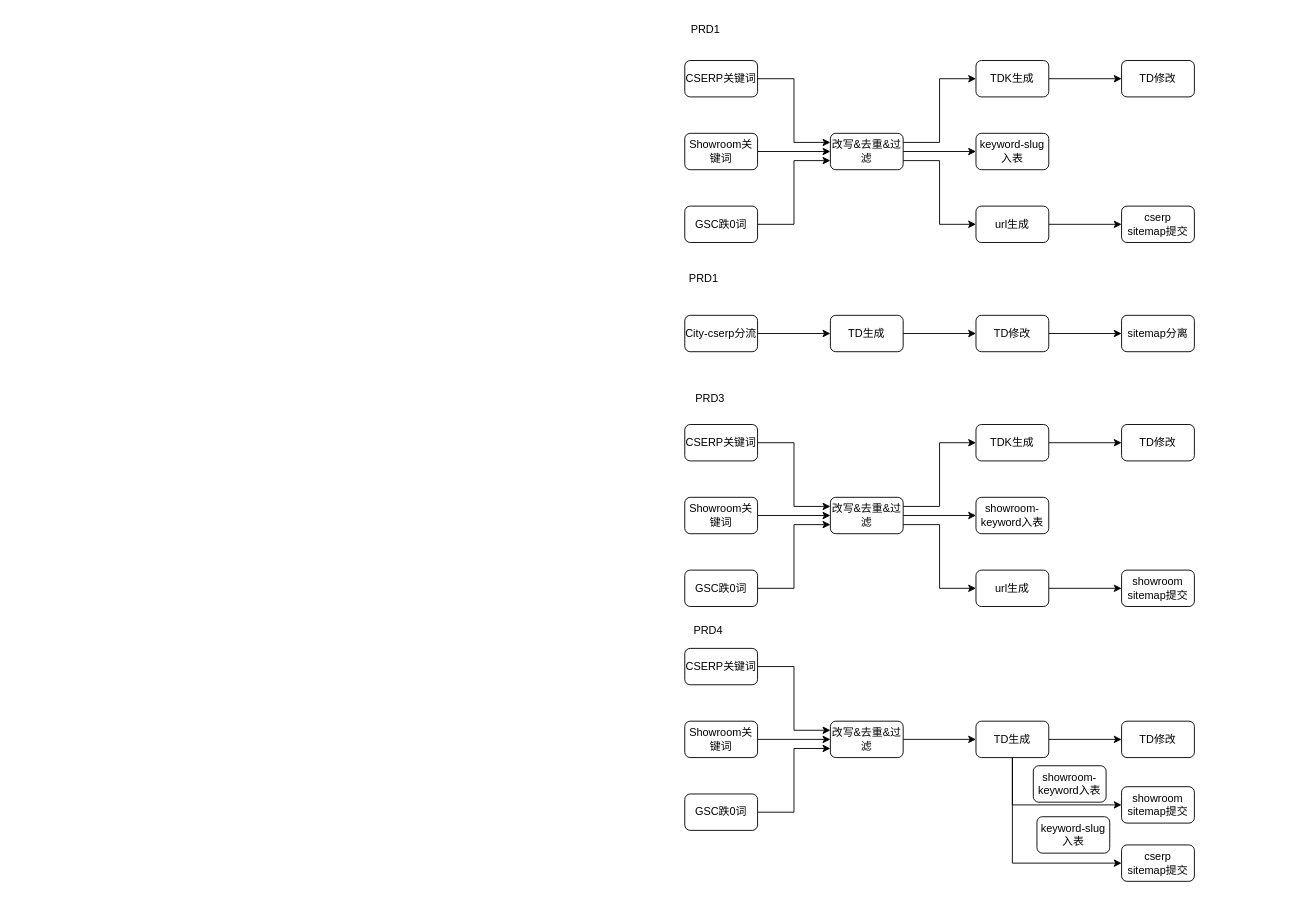
This is drawio/city-cserp-showroom.drawio from VisableHarry/seo-drawio, a draw.io file, before an edit. Source tidied: cells renumbered, new cells numbered last; positions are measured from the earlier drawing's top-left corner, leaving out a move shared by most shapes. Both pictures are drawn from the tidied source at 91%, with x=0, y=0 at pixel (676, 15).
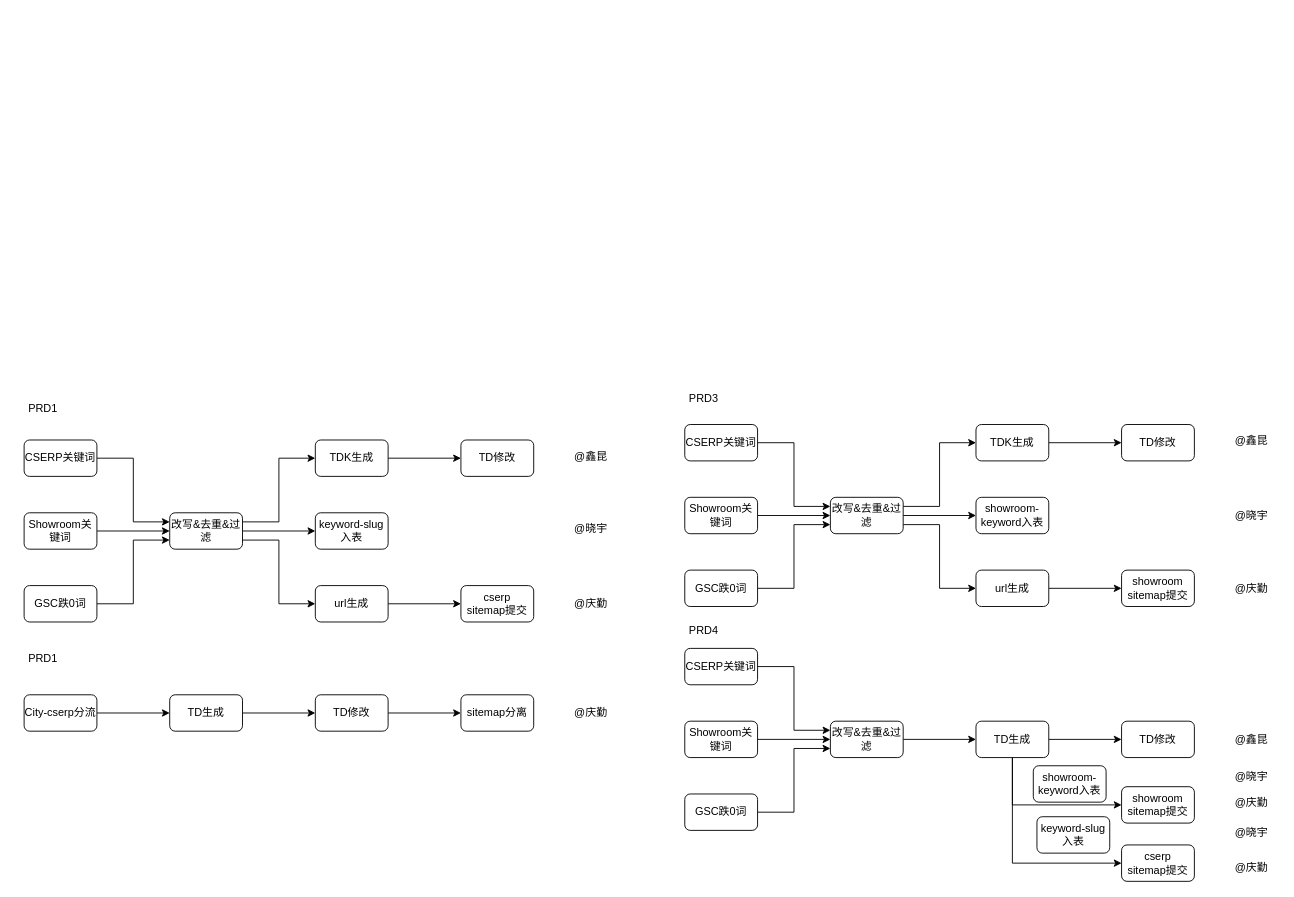
The same page after the edit.

The edit, as a diff of the source:
```diff
@@
     <mxCell id="3" value="CSERP关键词" style="rounded=1;whiteSpace=wrap;html=1;" parent="1" vertex="1">
-      <mxGeometry x="9" y="49" width="80" height="40" as="geometry" />
+      <mxGeometry x="-717" y="466" width="80" height="40" as="geometry" />
     </mxCell>
@@
     <mxCell id="5" value="Showroom关键词" style="rounded=1;whiteSpace=wrap;html=1;" parent="1" vertex="1">
-      <mxGeometry x="9" y="129" width="80" height="40" as="geometry" />
+      <mxGeometry x="-717" y="546" width="80" height="40" as="geometry" />
     </mxCell>
@@
     <mxCell id="7" value="GSC跌0词" style="rounded=1;whiteSpace=wrap;html=1;" parent="1" vertex="1">
-      <mxGeometry x="9" y="209" width="80" height="40" as="geometry" />
+      <mxGeometry x="-717" y="626" width="80" height="40" as="geometry" />
     </mxCell>
@@
     <mxCell id="11" value="改写&amp;amp;去重&amp;amp;过滤" style="rounded=1;whiteSpace=wrap;html=1;" parent="1" vertex="1">
-      <mxGeometry x="169" y="129" width="80" height="40" as="geometry" />
+      <mxGeometry x="-557" y="546" width="80" height="40" as="geometry" />
     </mxCell>
     <mxCell id="12" value="keyword-slug入表" style="rounded=1;whiteSpace=wrap;html=1;" parent="1" vertex="1">
-      <mxGeometry x="329" y="129" width="80" height="40" as="geometry" />
+      <mxGeometry x="-397" y="546" width="80" height="40" as="geometry" />
     </mxCell>
@@
     <mxCell id="14" value="url生成" style="rounded=1;whiteSpace=wrap;html=1;" parent="1" vertex="1">
-      <mxGeometry x="329" y="209" width="80" height="40" as="geometry" />
+      <mxGeometry x="-397" y="626" width="80" height="40" as="geometry" />
     </mxCell>
     <mxCell id="15" value="cserp&lt;div&gt;sitemap提交&lt;/div&gt;" style="rounded=1;whiteSpace=wrap;html=1;" parent="1" vertex="1">
-      <mxGeometry x="489" y="209" width="80" height="40" as="geometry" />
+      <mxGeometry x="-237" y="626" width="80" height="40" as="geometry" />
     </mxCell>
@@
     <mxCell id="17" value="City-cserp分流" style="rounded=1;whiteSpace=wrap;html=1;" parent="1" vertex="1">
-      <mxGeometry x="9" y="329" width="80" height="40" as="geometry" />
+      <mxGeometry x="-717" y="746" width="80" height="40" as="geometry" />
     </mxCell>
@@
     <mxCell id="19" value="TDK生成" style="rounded=1;whiteSpace=wrap;html=1;" parent="1" vertex="1">
-      <mxGeometry x="329" y="49" width="80" height="40" as="geometry" />
+      <mxGeometry x="-397" y="466" width="80" height="40" as="geometry" />
     </mxCell>
     <mxCell id="20" value="TD修改" style="rounded=1;whiteSpace=wrap;html=1;" parent="1" vertex="1">
-      <mxGeometry x="489" y="49" width="80" height="40" as="geometry" />
+      <mxGeometry x="-237" y="466" width="80" height="40" as="geometry" />
     </mxCell>
@@
     <mxCell id="22" value="TD生成" style="rounded=1;whiteSpace=wrap;html=1;" parent="1" vertex="1">
-      <mxGeometry x="169" y="329" width="80" height="40" as="geometry" />
+      <mxGeometry x="-557" y="746" width="80" height="40" as="geometry" />
     </mxCell>
@@
     <mxCell id="24" value="TD修改" style="rounded=1;whiteSpace=wrap;html=1;" parent="1" vertex="1">
-      <mxGeometry x="329" y="329" width="80" height="40" as="geometry" />
+      <mxGeometry x="-397" y="746" width="80" height="40" as="geometry" />
     </mxCell>
     <mxCell id="25" value="sitemap分离" style="rounded=1;whiteSpace=wrap;html=1;" parent="1" vertex="1">
-      <mxGeometry x="489" y="329" width="80" height="40" as="geometry" />
+      <mxGeometry x="-237" y="746" width="80" height="40" as="geometry" />
     </mxCell>
@@
     <mxCell id="58" value="PRD1" style="text;html=1;align=center;verticalAlign=middle;whiteSpace=wrap;rounded=0;" parent="1" vertex="1">
-      <mxGeometry x="2" width="60" height="30" as="geometry" />
+      <mxGeometry x="-726" y="417" width="60" height="30" as="geometry" />
     </mxCell>
     <mxCell id="59" value="PRD1" style="text;html=1;align=center;verticalAlign=middle;whiteSpace=wrap;rounded=0;" parent="1" vertex="1">
-      <mxGeometry y="274" width="60" height="30" as="geometry" />
+      <mxGeometry x="-726" y="691" width="60" height="30" as="geometry" />
     </mxCell>
     <mxCell id="60" value="PRD3" style="text;html=1;align=center;verticalAlign=middle;whiteSpace=wrap;rounded=0;" parent="1" vertex="1">
-      <mxGeometry x="7" y="406" width="60" height="30" as="geometry" />
+      <mxGeometry y="406" width="60" height="30" as="geometry" />
     </mxCell>
     <mxCell id="61" value="PRD4" style="text;html=1;align=center;verticalAlign=middle;whiteSpace=wrap;rounded=0;" parent="1" vertex="1">
-      <mxGeometry x="5" y="661" width="60" height="30" as="geometry" />
+      <mxGeometry y="661" width="60" height="30" as="geometry" />
     </mxCell>
@@
+    <mxCell id="64" value="@鑫昆" style="text;html=1;align=center;verticalAlign=middle;whiteSpace=wrap;rounded=0;" parent="1" vertex="1">
+      <mxGeometry x="-124" y="469" width="60" height="30" as="geometry" />
+    </mxCell>
+    <mxCell id="65" value="@鑫昆" style="text;html=1;align=center;verticalAlign=middle;whiteSpace=wrap;rounded=0;" parent="1" vertex="1">
+      <mxGeometry x="602" y="452" width="60" height="30" as="geometry" />
+    </mxCell>
+    <mxCell id="66" value="@鑫昆" style="text;html=1;align=center;verticalAlign=middle;whiteSpace=wrap;rounded=0;" parent="1" vertex="1">
+      <mxGeometry x="602" y="780" width="60" height="30" as="geometry" />
+    </mxCell>
+    <mxCell id="67" value="@晓宇" style="text;html=1;align=center;verticalAlign=middle;whiteSpace=wrap;rounded=0;" parent="1" vertex="1">
+      <mxGeometry x="-124" y="549" width="60" height="30" as="geometry" />
+    </mxCell>
+    <mxCell id="68" value="@晓宇" style="text;html=1;align=center;verticalAlign=middle;whiteSpace=wrap;rounded=0;" parent="1" vertex="1">
+      <mxGeometry x="602" y="534" width="60" height="30" as="geometry" />
+    </mxCell>
+    <mxCell id="69" value="@晓宇" style="text;html=1;align=center;verticalAlign=middle;whiteSpace=wrap;rounded=0;" parent="1" vertex="1">
+      <mxGeometry x="602" y="821" width="60" height="30" as="geometry" />
+    </mxCell>
+    <mxCell id="70" value="@晓宇" style="text;html=1;align=center;verticalAlign=middle;whiteSpace=wrap;rounded=0;" parent="1" vertex="1">
+      <mxGeometry x="602" y="883" width="60" height="30" as="geometry" />
+    </mxCell>
+    <mxCell id="71" value="@庆勤" style="text;html=1;align=center;verticalAlign=middle;whiteSpace=wrap;rounded=0;" parent="1" vertex="1">
+      <mxGeometry x="-124" y="631" width="60" height="30" as="geometry" />
+    </mxCell>
+    <mxCell id="72" value="@庆勤" style="text;html=1;align=center;verticalAlign=middle;whiteSpace=wrap;rounded=0;" parent="1" vertex="1">
+      <mxGeometry x="-124" y="751" width="60" height="30" as="geometry" />
+    </mxCell>
+    <mxCell id="73" value="@庆勤" style="text;html=1;align=center;verticalAlign=middle;whiteSpace=wrap;rounded=0;" parent="1" vertex="1">
+      <mxGeometry x="602" y="614" width="60" height="30" as="geometry" />
+    </mxCell>
+    <mxCell id="74" value="@庆勤" style="text;html=1;align=center;verticalAlign=middle;whiteSpace=wrap;rounded=0;" parent="1" vertex="1">
+      <mxGeometry x="602" y="921" width="60" height="30" as="geometry" />
+    </mxCell>
+    <mxCell id="75" value="@庆勤" style="text;html=1;align=center;verticalAlign=middle;whiteSpace=wrap;rounded=0;" parent="1" vertex="1">
+      <mxGeometry x="602" y="850" width="60" height="30" as="geometry" />
+    </mxCell>
```
